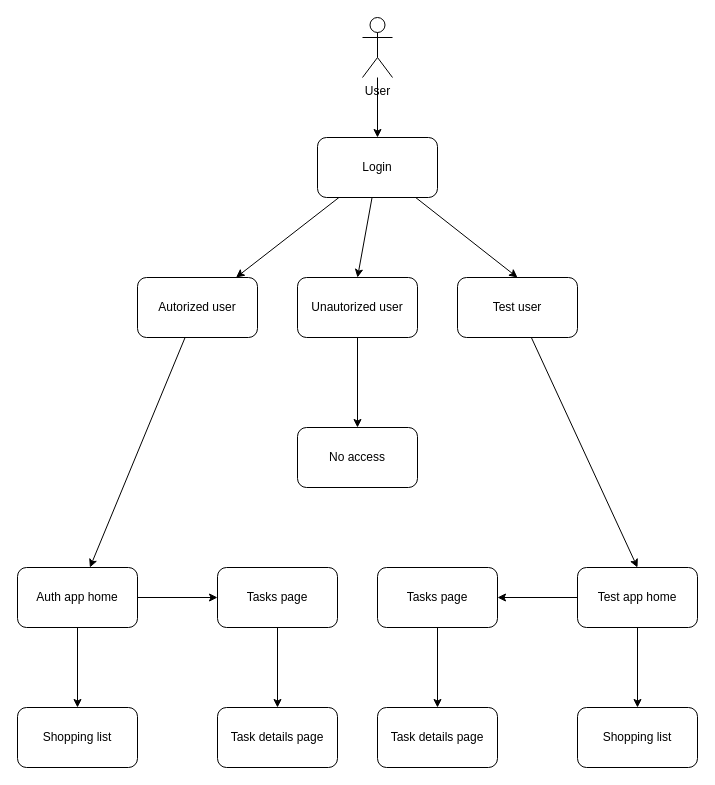
trine-marie-sandberg/ps-frontend keeps this draw.io diagram as HL function architecture.drawio. Above is the earlier version. Source tidied: cells renumbered, new cells numbered last; positions are measured from the earlier drawing's top-left corner, leaving out a move shared by most shapes. Both pictures are drawn from the tidied source at 100%, with x=0, y=0 at pixel (17, 17).
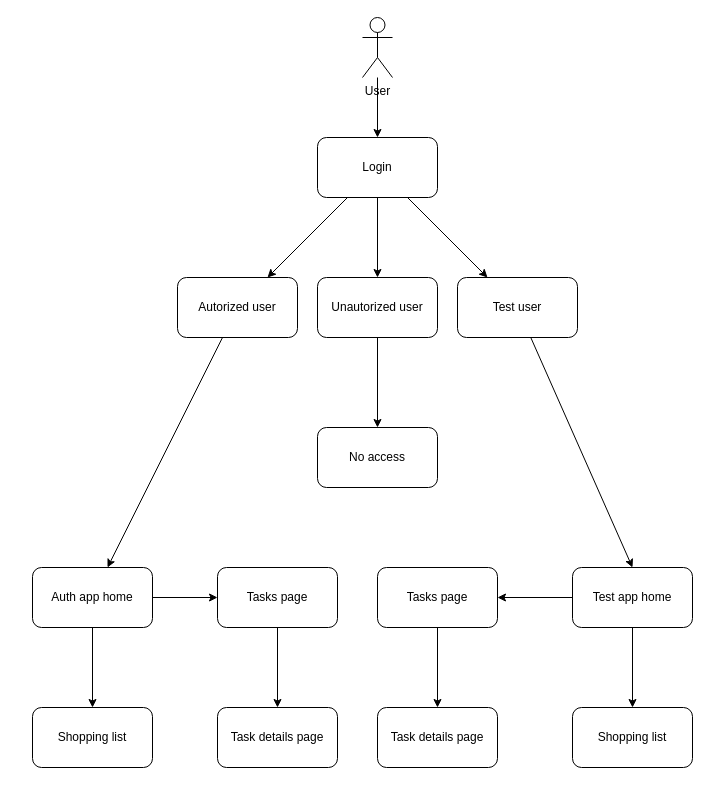
The same diagram, later.

Commit message:
HL function walkthrough

Unchanged cells that the change refers to:
```xml
<mxCell id="5" value="Login" style="rounded=1;whiteSpace=wrap;html=1;" parent="1" vertex="1">
  <mxGeometry x="300" y="120" width="120" height="60" as="geometry" />
</mxCell>
<mxCell id="11" value="Test user" style="rounded=1;whiteSpace=wrap;html=1;" parent="1" vertex="1">
  <mxGeometry x="440" y="260" width="120" height="60" as="geometry" />
</mxCell>
```

What changed in the source:
```diff
@@
-    <mxCell id="2" style="edgeStyle=none;html=1;" parent="1" edge="1" source="5" target="9">
+    <mxCell id="2" style="edgeStyle=none;html=1;entryX=0.75;entryY=0;entryDx=0;entryDy=0;" parent="1" edge="1" source="5" target="9">
       <mxGeometry relative="1" as="geometry" />
     </mxCell>
-    <mxCell id="3" style="edgeStyle=none;html=1;entryX=0.5;entryY=0;entryDx=0;entryDy=0;" parent="1" edge="1" source="5" target="11">
+    <mxCell id="3" style="edgeStyle=none;html=1;" parent="1" edge="1" source="5" target="11">
       <mxGeometry relative="1" as="geometry" />
     </mxCell>
@@
     <mxCell id="9" value="Autorized user" style="rounded=1;whiteSpace=wrap;html=1;" parent="1" vertex="1">
-      <mxGeometry x="120" y="260" width="120" height="60" as="geometry" />
+      <mxGeometry x="160" y="260" width="120" height="60" as="geometry" />
     </mxCell>
@@
     <mxCell id="13" value="Unautorized user" style="rounded=1;whiteSpace=wrap;html=1;" parent="1" vertex="1">
-      <mxGeometry x="280" y="260" width="120" height="60" as="geometry" />
+      <mxGeometry x="300" y="260" width="120" height="60" as="geometry" />
     </mxCell>
@@
     <mxCell id="16" value="Auth app home" style="rounded=1;whiteSpace=wrap;html=1;" parent="1" vertex="1">
-      <mxGeometry y="550" width="120" height="60" as="geometry" />
+      <mxGeometry x="15" y="550" width="120" height="60" as="geometry" />
     </mxCell>
@@
     <mxCell id="19" value="Test app home" style="rounded=1;whiteSpace=wrap;html=1;" parent="1" vertex="1">
-      <mxGeometry x="560" y="550" width="120" height="60" as="geometry" />
+      <mxGeometry x="555" y="550" width="120" height="60" as="geometry" />
     </mxCell>
     <mxCell id="20" value="No access" style="rounded=1;whiteSpace=wrap;html=1;" parent="1" vertex="1">
-      <mxGeometry x="280" y="410" width="120" height="60" as="geometry" />
+      <mxGeometry x="300" y="410" width="120" height="60" as="geometry" />
     </mxCell>
@@
     <mxCell id="25" value="Shopping list" style="whiteSpace=wrap;html=1;rounded=1;" parent="1" vertex="1">
-      <mxGeometry y="690" width="120" height="60" as="geometry" />
+      <mxGeometry x="15" y="690" width="120" height="60" as="geometry" />
     </mxCell>
     <mxCell id="26" value="Shopping list" style="whiteSpace=wrap;html=1;rounded=1;" parent="1" vertex="1">
-      <mxGeometry x="560" y="690" width="120" height="60" as="geometry" />
+      <mxGeometry x="555" y="690" width="120" height="60" as="geometry" />
     </mxCell>
```
